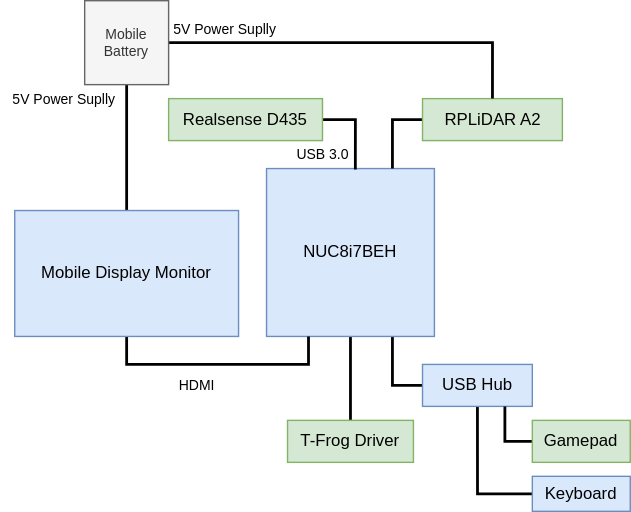
Before: users_manual/images/devices_connection.drawio.svg, a diagram exported from draw.io (fjnkt98/adamr2_docs). Source tidied: cells renumbered, new cells last; positions are measured from the earlier drawing's top-left corner, leaving out a move shared by most shapes.
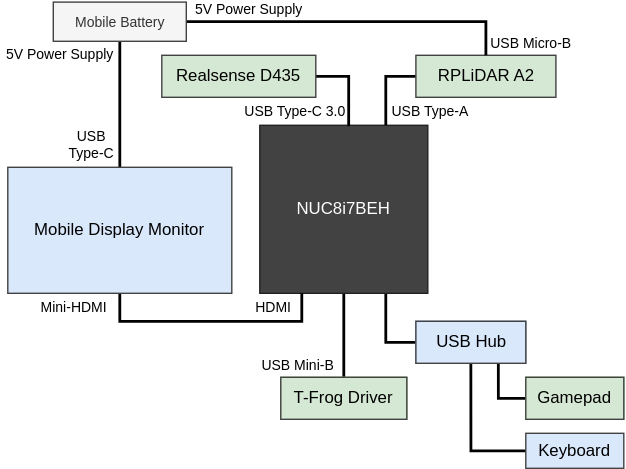
Later version of the same file.

The edit, as a diff of the source:
```diff
@@ -8,7 +8,7 @@
     <mxCell id="3" style="edgeStyle=orthogonalEdgeStyle;rounded=0;jettySize=auto;html=1;exitX=0.75;exitY=1;exitDx=0;exitDy=0;entryX=0;entryY=0.5;entryDx=0;entryDy=0;endArrow=none;endFill=0;strokeWidth=2;" parent="1" edge="1" source="4" target="6">
       <mxGeometry relative="1" as="geometry" />
     </mxCell>
-    <mxCell id="4" value="NUC8i7BEH" style="whiteSpace=wrap;html=1;fillColor=#dae8fc;strokeColor=#6c8ebf;" parent="1" vertex="1">
+    <mxCell id="4" value="NUC8i7BEH" style="whiteSpace=wrap;html=1;strokeColor=#212121;fontColor=#FFFFFF;fillColor=#424242;" parent="1" vertex="1">
       <mxGeometry x="190" y="120" width="120" height="120" as="geometry" />
     </mxCell>
     <mxCell id="5" style="edgeStyle=orthogonalEdgeStyle;rounded=0;jettySize=auto;html=1;exitX=0.5;exitY=1;exitDx=0;exitDy=0;entryX=0;entryY=0.5;entryDx=0;entryDy=0;endArrow=none;endFill=0;strokeWidth=2;" parent="1" edge="1" source="6" target="13">
@@ -20,13 +20,13 @@
     <mxCell id="7" style="edgeStyle=orthogonalEdgeStyle;rounded=0;jettySize=auto;html=1;exitX=0;exitY=0.5;exitDx=0;exitDy=0;entryX=0.75;entryY=0;entryDx=0;entryDy=0;endArrow=none;endFill=0;strokeWidth=2;" parent="1" edge="1" source="8" target="4">
       <mxGeometry relative="1" as="geometry" />
     </mxCell>
-    <mxCell id="8" value="RPLiDAR A2" style="whiteSpace=wrap;html=1;fillColor=#d5e8d4;strokeColor=#82b366;" parent="1" vertex="1">
+    <mxCell id="8" value="RPLiDAR A2" style="whiteSpace=wrap;html=1;fillColor=#d5e8d4;strokeColor=#424242;" parent="1" vertex="1">
       <mxGeometry x="301.5" y="70" width="100" height="30" as="geometry" />
     </mxCell>
     <mxCell id="9" style="edgeStyle=orthogonalEdgeStyle;rounded=0;jettySize=auto;html=1;exitX=1;exitY=0.5;exitDx=0;exitDy=0;entryX=0.529;entryY=0.006;entryDx=0;entryDy=0;entryPerimeter=0;endArrow=none;endFill=0;strokeWidth=2;" parent="1" edge="1" source="10" target="4">
       <mxGeometry relative="1" as="geometry" />
     </mxCell>
-    <mxCell id="10" value="Realsense D435" style="whiteSpace=wrap;html=1;fillColor=#d5e8d4;strokeColor=#82b366;" parent="1" vertex="1">
+    <mxCell id="10" value="Realsense D435" style="whiteSpace=wrap;html=1;fillColor=#d5e8d4;strokeColor=#424242;" parent="1" vertex="1">
       <mxGeometry x="120" y="70" width="110" height="30" as="geometry" />
     </mxCell>
     <mxCell id="11" style="edgeStyle=orthogonalEdgeStyle;rounded=0;jettySize=auto;html=1;exitX=0;exitY=0.5;exitDx=0;exitDy=0;entryX=0.75;entryY=1;entryDx=0;entryDy=0;endArrow=none;endFill=0;strokeWidth=2;" parent="1" edge="1" source="12" target="6">
@@ -35,14 +35,14 @@
     <mxCell id="12" value="Gamepad" style="whiteSpace=wrap;html=1;fillColor=#d5e8d4;strokeColor=#82b366;" parent="1" vertex="1">
       <mxGeometry x="380" y="300" width="70" height="30" as="geometry" />
     </mxCell>
-    <mxCell id="13" value="Keyboard" style="whiteSpace=wrap;html=1;fillColor=#dae8fc;strokeColor=#6c8ebf;" parent="1" vertex="1">
+    <mxCell id="13" value="Keyboard" style="whiteSpace=wrap;html=1;fillColor=#dae8fc;strokeColor=#424242;" parent="1" vertex="1">
       <mxGeometry x="380" y="340" width="70" height="25" as="geometry" />
     </mxCell>
     <mxCell id="14" value="T-Frog Driver" style="whiteSpace=wrap;html=1;fillColor=#d5e8d4;strokeColor=#82b366;" parent="1" vertex="1">
       <mxGeometry x="205" y="300" width="90" height="30" as="geometry" />
     </mxCell>
-    <mxCell id="15" value="USB 3.0" style="text;html=1;align=center;verticalAlign=middle;fillColor=none;strokeColor=none;rounded=0;fontSize=10;" parent="1" vertex="1">
-      <mxGeometry x="205" y="100" width="50" height="20" as="geometry" />
+    <mxCell id="15" value="USB Type-C 3.0" style="text;html=1;align=center;verticalAlign=middle;fillColor=none;strokeColor=none;rounded=0;fontSize=10;" parent="1" vertex="1">
+      <mxGeometry x="170" y="100" width="90" height="20" as="geometry" />
     </mxCell>
     <mxCell id="16" style="edgeStyle=orthogonalEdgeStyle;rounded=0;jettySize=auto;html=1;entryX=0.5;entryY=0;entryDx=0;entryDy=0;endArrow=none;endFill=0;strokeWidth=2;fontSize=10;" parent="1" edge="1" source="18" target="21">
       <mxGeometry relative="1" as="geometry" />
@@ -50,23 +50,47 @@
     <mxCell id="17" style="edgeStyle=orthogonalEdgeStyle;rounded=0;jettySize=auto;html=1;exitX=1;exitY=0.5;exitDx=0;exitDy=0;entryX=0.5;entryY=0;entryDx=0;entryDy=0;endArrow=none;endFill=0;strokeWidth=2;fontSize=10;" parent="1" edge="1" source="18" target="8">
       <mxGeometry relative="1" as="geometry" />
     </mxCell>
-    <mxCell id="18" value="Mobile Battery" style="whiteSpace=wrap;html=1;fontSize=10;fillColor=#f5f5f5;strokeColor=#666666;fontColor=#333333;" parent="1" vertex="1">
-      <mxGeometry x="60" width="60" height="60" as="geometry" />
+    <mxCell id="18" value="Mobile Battery" style="whiteSpace=wrap;html=1;fontSize=10;fillColor=#f5f5f5;fontColor=#333333;strokeColor=#424242;" parent="1" vertex="1">
+      <mxGeometry x="42.5" y="32" width="95" height="28" as="geometry" />
     </mxCell>
-    <mxCell id="19" value="5V Power Suplly" style="text;html=1;align=center;verticalAlign=middle;fillColor=none;strokeColor=none;rounded=0;fontSize=10;" parent="1" vertex="1">
-      <mxGeometry x="115" y="10" width="90" height="20" as="geometry" />
-    </mxCell>
     <mxCell id="20" style="edgeStyle=orthogonalEdgeStyle;rounded=0;jettySize=auto;html=1;exitX=0.5;exitY=1;exitDx=0;exitDy=0;entryX=0.25;entryY=1;entryDx=0;entryDy=0;endArrow=none;endFill=0;strokeWidth=2;fontSize=10;" parent="1" edge="1" source="21" target="4">
       <mxGeometry relative="1" as="geometry" />
     </mxCell>
-    <mxCell id="21" value="Mobile Display Monitor" style="whiteSpace=wrap;html=1;fontSize=12;fillColor=#dae8fc;strokeColor=#6c8ebf;" parent="1" vertex="1">
+    <mxCell id="21" value="Mobile Display Monitor" style="whiteSpace=wrap;html=1;fontSize=12;fillColor=#dae8fc;strokeColor=#424242;" parent="1" vertex="1">
       <mxGeometry x="10" y="150" width="160" height="90" as="geometry" />
     </mxCell>
+    <mxCell id="24" value="USB Hub" style="whiteSpace=wrap;html=1;fillColor=#dae8fc;strokeColor=#424242;" parent="1" vertex="1">
+      <mxGeometry x="301.5" y="260" width="78.5" height="30" as="geometry" />
+    </mxCell>
+    <mxCell id="25" value="T-Frog Driver" style="whiteSpace=wrap;html=1;fillColor=#d5e8d4;strokeColor=#424242;" parent="1" vertex="1">
+      <mxGeometry x="205" y="300" width="90" height="30" as="geometry" />
+    </mxCell>
+    <mxCell id="26" value="Gamepad" style="whiteSpace=wrap;html=1;fillColor=#d5e8d4;strokeColor=#424242;" parent="1" vertex="1">
+      <mxGeometry x="380" y="300" width="70" height="30" as="geometry" />
+    </mxCell>
+    <mxCell id="27" value="&lt;font color=&quot;#000000&quot; style=&quot;font-size: 10px;&quot;&gt;USB Type-C&lt;/font&gt;" style="text;html=1;strokeColor=none;fillColor=none;align=center;verticalAlign=middle;whiteSpace=wrap;rounded=0;fontColor=#FFFFFF;fontSize=10;" parent="1" vertex="1">
+      <mxGeometry x="50" y="120" width="40" height="28" as="geometry" />
+    </mxCell>
+    <mxCell id="28" value="&lt;font style=&quot;font-size: 10px&quot;&gt;USB Micro-B&lt;/font&gt;" style="text;html=1;strokeColor=none;fillColor=none;align=center;verticalAlign=middle;whiteSpace=wrap;rounded=0;fontSize=10;" parent="1" vertex="1">
+      <mxGeometry x="348.5" y="52" width="70" height="18" as="geometry" />
+    </mxCell>
+    <mxCell id="29" value="USB Type-A" style="text;html=1;strokeColor=none;fillColor=none;align=center;verticalAlign=middle;whiteSpace=wrap;rounded=0;fontSize=10;" parent="1" vertex="1">
+      <mxGeometry x="275" y="100" width="73.5" height="20" as="geometry" />
+    </mxCell>
+    <mxCell id="30" value="USB Mini-B" style="text;html=1;strokeColor=none;fillColor=none;align=center;verticalAlign=middle;whiteSpace=wrap;rounded=0;fontSize=10;fontColor=#000000;" parent="1" vertex="1">
+      <mxGeometry x="185" y="282" width="65" height="18" as="geometry" />
+    </mxCell>
+    <mxCell id="31" value="Mini-HDMI" style="text;html=1;strokeColor=none;fillColor=none;align=center;verticalAlign=middle;whiteSpace=wrap;rounded=0;fontSize=10;fontColor=#000000;" parent="1" vertex="1">
+      <mxGeometry x="25" y="240" width="65" height="20" as="geometry" />
+    </mxCell>
-    <mxCell id="22" value="HDMI" style="text;html=1;align=center;verticalAlign=middle;fillColor=none;strokeColor=none;rounded=0;fontSize=10;" parent="1" vertex="1">
-      <mxGeometry x="120" y="265" width="40" height="20" as="geometry" />
+    <mxCell id="22" value="HDMI" style="text;html=1;strokeColor=none;fillColor=none;align=center;verticalAlign=middle;whiteSpace=wrap;rounded=0;fontSize=10;fontColor=#000000;" parent="1" vertex="1">
+      <mxGeometry x="175" y="240" width="50" height="20" as="geometry" />
     </mxCell>
-    <mxCell id="23" value="5V Power Suplly" style="text;html=1;align=center;verticalAlign=middle;fillColor=none;strokeColor=none;rounded=0;fontSize=10;" parent="1" vertex="1">
-      <mxGeometry y="60" width="90" height="20" as="geometry" />
-    </mxCell>
+    <mxCell id="32" value="5V Power Supply" style="text;html=1;strokeColor=none;fillColor=none;align=center;verticalAlign=middle;whiteSpace=wrap;rounded=0;fontSize=10;" parent="1" vertex="1">
+      <mxGeometry x="140" y="32" width="85" height="10" as="geometry" />
+    </mxCell>
+    <mxCell id="33" value="5V Power Supply" style="text;html=1;strokeColor=none;fillColor=none;align=center;verticalAlign=middle;whiteSpace=wrap;rounded=0;fontSize=10;" parent="1" vertex="1">
+      <mxGeometry x="5" y="60" width="85" height="18" as="geometry" />
+    </mxCell>
   </root>
 </mxGraphModel>
```
